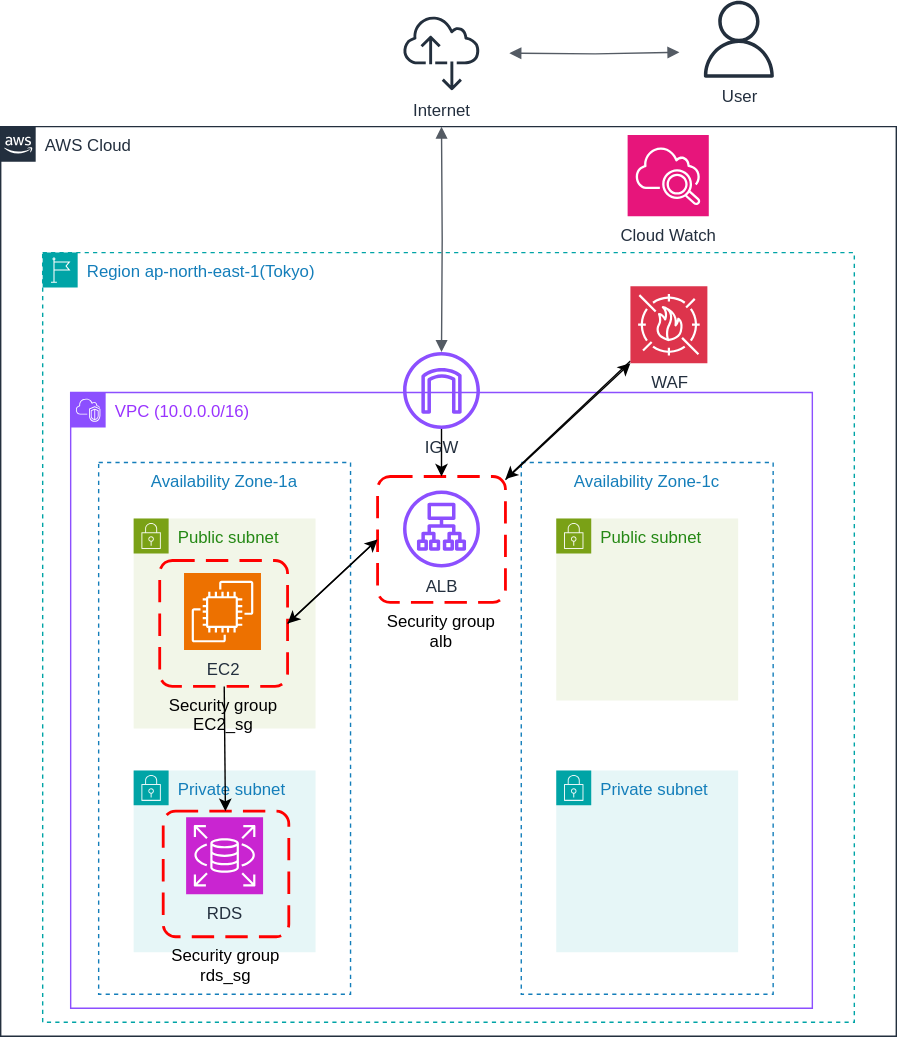
masato-N918/RaiseTech keeps this draw.io diagram as lecture33/構成図.svg. Above is the earlier version. Source tidied: cells renumbered, new cells last; positions are measured from the earlier drawing's top-left corner, leaving out a move shared by most shapes. The source it was exported from:
```xml
<mxGraphModel>
  <root>
    <mxCell id="0" />
    <mxCell id="1" parent="0" />
    <mxCell id="2" value="AWS Cloud" style="gradientColor=none;html=1;whiteSpace=wrap;fontSize=12;fontStyle=0;shape=mxgraph.aws4.group;grIcon=mxgraph.aws4.group_aws_cloud_alt;strokeColor=#232F3E;fillColor=none;verticalAlign=top;align=left;spacingLeft=30;fontColor=#232F3E;dashed=0;" parent="1" vertex="1">
      <mxGeometry y="90" width="640" height="650" as="geometry" />
    </mxCell>
    <mxCell id="3" value="Region ap-north-east-1(Tokyo)" style="gradientColor=none;html=1;whiteSpace=wrap;fontSize=12;fontStyle=0;shape=mxgraph.aws4.group;grIcon=mxgraph.aws4.group_region;strokeColor=#00A4A6;fillColor=none;verticalAlign=top;align=left;spacingLeft=30;fontColor=#147EBA;dashed=1;" parent="2" vertex="1">
      <mxGeometry x="30" y="90" width="580" height="550" as="geometry" />
    </mxCell>
    <mxCell id="4" value="&lt;font style=&quot;color: rgb(153, 51, 255);&quot;&gt;VPC (10.0.0.0/16)&lt;/font&gt;" style="gradientColor=none;html=1;whiteSpace=wrap;fontSize=12;fontStyle=0;shape=mxgraph.aws4.group;grIcon=mxgraph.aws4.group_vpc2;strokeColor=#8C4FFF;fillColor=none;verticalAlign=top;align=left;spacingLeft=30;fontColor=#AAB7B8;dashed=0;" parent="3" vertex="1">
      <mxGeometry x="20" y="100" width="530" height="440" as="geometry" />
    </mxCell>
    <mxCell id="5" value="Availability Zone-1a" style="fillColor=none;strokeColor=#147EBA;dashed=1;verticalAlign=top;fontStyle=0;fontColor=#147EBA;whiteSpace=wrap;html=1;" parent="4" vertex="1">
      <mxGeometry x="20" y="50" width="180" height="380" as="geometry" />
    </mxCell>
    <mxCell id="6" value="Availability Zone-1c" style="fillColor=none;strokeColor=#147EBA;dashed=1;verticalAlign=top;fontStyle=0;fontColor=#147EBA;whiteSpace=wrap;html=1;" parent="4" vertex="1">
      <mxGeometry x="322" y="50" width="180" height="380" as="geometry" />
    </mxCell>
    <mxCell id="7" value="Public subnet" style="gradientColor=none;html=1;whiteSpace=wrap;fontSize=12;fontStyle=0;shape=mxgraph.aws4.group;grIcon=mxgraph.aws4.group_security_group;grStroke=0;strokeColor=#7AA116;fillColor=#F2F6E8;verticalAlign=top;align=left;spacingLeft=30;fontColor=#248814;dashed=0;" parent="4" vertex="1">
      <mxGeometry x="45" y="90" width="130" height="150" as="geometry" />
    </mxCell>
    <mxCell id="8" value="EC2" style="sketch=0;fontColor=#232F3E;fillColor=#ED7100;strokeColor=#ffffff;dashed=0;verticalLabelPosition=bottom;verticalAlign=top;align=center;html=1;fontSize=12;fontStyle=0;shape=mxgraph.aws4.resourceIcon;resIcon=mxgraph.aws4.ec2;" parent="7" vertex="1">
      <mxGeometry x="36" y="39" width="55" height="55" as="geometry" />
    </mxCell>
    <mxCell id="9" value="Security group&#10;EC2_sg" style="rounded=1;arcSize=10;dashed=1;strokeColor=#ff0000;fillColor=none;gradientColor=none;dashPattern=8 4;strokeWidth=2;verticalAlign=top;labelPosition=center;verticalLabelPosition=bottom;align=center;" parent="7" vertex="1">
      <mxGeometry x="18.6" y="30" width="91.4" height="90" as="geometry" />
    </mxCell>
    <mxCell id="10" value="Private subnet" style="gradientColor=none;html=1;whiteSpace=wrap;fontSize=12;fontStyle=0;shape=mxgraph.aws4.group;grIcon=mxgraph.aws4.group_security_group;grStroke=0;strokeColor=#00A4A6;fillColor=#E6F6F7;verticalAlign=top;align=left;spacingLeft=30;fontColor=#147EBA;dashed=0;" parent="4" vertex="1">
      <mxGeometry x="45" y="270" width="130" height="130" as="geometry" />
    </mxCell>
    <mxCell id="11" value="RDS" style="sketch=0;fontColor=#232F3E;fillColor=#C925D1;strokeColor=#ffffff;dashed=0;verticalLabelPosition=bottom;verticalAlign=top;align=center;html=1;fontSize=12;fontStyle=0;shape=mxgraph.aws4.resourceIcon;resIcon=mxgraph.aws4.rds;" parent="10" vertex="1">
      <mxGeometry x="37.5" y="33.5" width="55" height="55" as="geometry" />
    </mxCell>
    <mxCell id="12" value="Security group&#10;rds_sg" style="rounded=1;arcSize=10;dashed=1;strokeColor=#ff0000;fillColor=none;gradientColor=none;dashPattern=8 4;strokeWidth=2;labelPosition=center;verticalLabelPosition=bottom;align=center;verticalAlign=top;" parent="10" vertex="1">
      <mxGeometry x="21.1" y="29.1" width="89.8" height="89.8" as="geometry" />
    </mxCell>
    <mxCell id="13" value="Public subnet" style="gradientColor=none;html=1;whiteSpace=wrap;fontSize=12;fontStyle=0;shape=mxgraph.aws4.group;grIcon=mxgraph.aws4.group_security_group;grStroke=0;strokeColor=#7AA116;fillColor=#F2F6E8;verticalAlign=top;align=left;spacingLeft=30;fontColor=#248814;dashed=0;" parent="4" vertex="1">
      <mxGeometry x="347" y="90" width="130" height="130" as="geometry" />
    </mxCell>
    <mxCell id="14" value="Private subnet" style="gradientColor=none;html=1;whiteSpace=wrap;fontSize=12;fontStyle=0;shape=mxgraph.aws4.group;grIcon=mxgraph.aws4.group_security_group;grStroke=0;strokeColor=#00A4A6;fillColor=#E6F6F7;verticalAlign=top;align=left;spacingLeft=30;fontColor=#147EBA;dashed=0;" parent="4" vertex="1">
      <mxGeometry x="347" y="270" width="130" height="130" as="geometry" />
    </mxCell>
    <mxCell id="15" style="edgeStyle=none;html=1;" parent="4" edge="1" source="9" target="12">
      <mxGeometry relative="1" as="geometry" />
    </mxCell>
    <mxCell id="16" value="ALB" style="sketch=0;fontColor=#232F3E;gradientColor=none;fillColor=#8C4FFF;strokeColor=none;dashed=0;verticalLabelPosition=bottom;verticalAlign=top;align=center;html=1;fontSize=12;fontStyle=0;shape=mxgraph.aws4.application_load_balancer;" parent="4" vertex="1">
      <mxGeometry x="237.5" y="70" width="55" height="55" as="geometry" />
    </mxCell>
    <mxCell id="17" style="edgeStyle=none;html=1;exitX=0;exitY=0.5;exitDx=0;exitDy=0;entryX=1;entryY=0.5;entryDx=0;entryDy=0;" parent="4" edge="1" source="18" target="9">
      <mxGeometry relative="1" as="geometry" />
    </mxCell>
    <mxCell id="18" value="Security group&#10;alb" style="rounded=1;arcSize=10;dashed=1;strokeColor=#ff0000;fillColor=none;gradientColor=none;dashPattern=8 4;strokeWidth=2;verticalAlign=top;labelPosition=center;verticalLabelPosition=bottom;align=center;" parent="4" vertex="1">
      <mxGeometry x="219.3" y="60" width="91.4" height="90" as="geometry" />
    </mxCell>
    <mxCell id="19" style="edgeStyle=none;html=1;exitX=1;exitY=0.5;exitDx=0;exitDy=0;entryX=0;entryY=0.5;entryDx=0;entryDy=0;" parent="4" edge="1" source="9" target="18">
      <mxGeometry relative="1" as="geometry" />
    </mxCell>
    <mxCell id="20" style="edgeStyle=none;html=1;" parent="3" edge="1" source="21" target="18">
      <mxGeometry relative="1" as="geometry" />
    </mxCell>
    <mxCell id="21" value="WAF" style="sketch=0;points=[[0,0,0],[0.25,0,0],[0.5,0,0],[0.75,0,0],[1,0,0],[0,1,0],[0.25,1,0],[0.5,1,0],[0.75,1,0],[1,1,0],[0,0.25,0],[0,0.5,0],[0,0.75,0],[1,0.25,0],[1,0.5,0],[1,0.75,0]];outlineConnect=0;fontColor=#232F3E;fillColor=#DD344C;strokeColor=#ffffff;dashed=0;verticalLabelPosition=bottom;verticalAlign=top;align=center;html=1;fontSize=12;fontStyle=0;shape=mxgraph.aws4.resourceIcon;resIcon=mxgraph.aws4.waf;" parent="3" vertex="1">
      <mxGeometry x="420" y="24" width="55" height="55" as="geometry" />
    </mxCell>
    <mxCell id="22" style="edgeStyle=none;html=1;" parent="3" edge="1" source="23" target="18">
      <mxGeometry relative="1" as="geometry" />
    </mxCell>
    <mxCell id="23" value="IGW" style="sketch=0;outlineConnect=0;fontColor=#232F3E;gradientColor=none;fillColor=#8C4FFF;strokeColor=none;dashed=0;verticalLabelPosition=bottom;verticalAlign=top;align=center;html=1;fontSize=12;fontStyle=0;shape=mxgraph.aws4.internet_gateway;" parent="3" vertex="1">
      <mxGeometry x="257.5" y="71" width="55" height="55" as="geometry" />
    </mxCell>
    <mxCell id="24" style="edgeStyle=none;html=1;entryX=0;entryY=1;entryDx=0;entryDy=0;entryPerimeter=0;" parent="3" edge="1" source="18" target="21">
      <mxGeometry relative="1" as="geometry" />
    </mxCell>
    <mxCell id="25" style="edgeStyle=orthogonalEdgeStyle;html=1;endArrow=block;elbow=vertical;startArrow=block;startFill=1;endFill=1;strokeColor=#545B64;rounded=0;" parent="2" edge="1" target="23">
      <mxGeometry relative="1" as="geometry">
        <mxPoint x="315" as="sourcePoint" />
      </mxGeometry>
    </mxCell>
    <mxCell id="26" value="Cloud Watch" style="sketch=0;fontColor=#232F3E;fillColor=#E7157B;strokeColor=#ffffff;dashed=0;verticalLabelPosition=bottom;verticalAlign=top;align=center;html=1;fontSize=12;fontStyle=0;shape=mxgraph.aws4.resourceIcon;resIcon=mxgraph.aws4.cloudwatch_2;" parent="2" vertex="1">
      <mxGeometry x="448" y="6" width="58" height="58" as="geometry" />
    </mxCell>
    <mxCell id="27" value="Internet" style="sketch=0;fontColor=#232F3E;gradientColor=none;fillColor=#232F3D;strokeColor=none;dashed=0;verticalLabelPosition=bottom;verticalAlign=top;align=center;html=1;fontSize=12;fontStyle=0;shape=mxgraph.aws4.internet_alt2;" parent="1" vertex="1">
      <mxGeometry x="287.5" y="10" width="55" height="55" as="geometry" />
    </mxCell>
    <mxCell id="28" value="User" style="sketch=0;fontColor=#232F3E;gradientColor=none;fillColor=#232F3D;strokeColor=none;dashed=0;verticalLabelPosition=bottom;verticalAlign=top;align=center;html=1;fontSize=12;fontStyle=0;shape=mxgraph.aws4.user;" parent="1" vertex="1">
      <mxGeometry x="500" width="55" height="55" as="geometry" />
    </mxCell>
    <mxCell id="29" style="edgeStyle=orthogonalEdgeStyle;html=1;endArrow=block;elbow=vertical;startArrow=block;startFill=1;endFill=1;strokeColor=#545B64;rounded=0;" parent="1" edge="1">
      <mxGeometry relative="1" as="geometry">
        <mxPoint x="363.5" y="37.5" as="sourcePoint" />
        <mxPoint x="485" y="36.9" as="targetPoint" />
      </mxGeometry>
    </mxCell>
  </root>
</mxGraphModel>
```
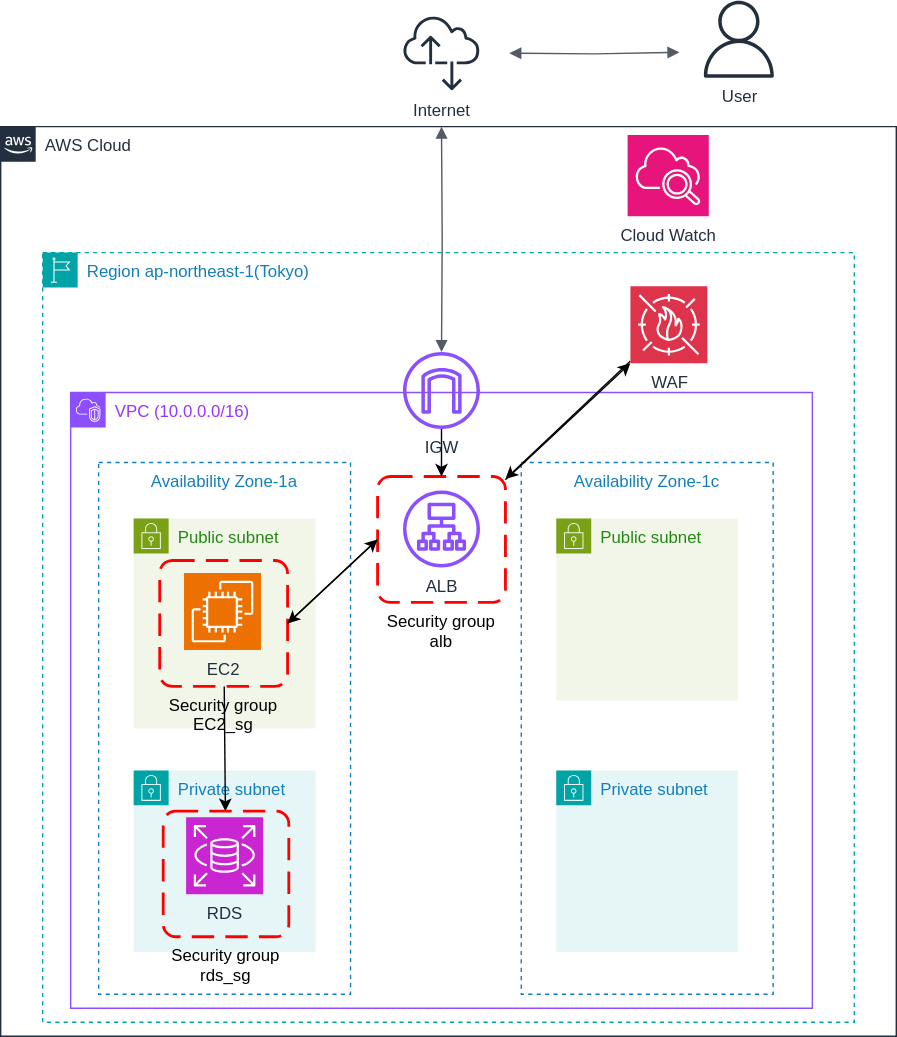
After the change.

Diff of the diagram source:
```diff
@@ -5,7 +5,7 @@
     <mxCell id="2" value="AWS Cloud" style="gradientColor=none;html=1;whiteSpace=wrap;fontSize=12;fontStyle=0;shape=mxgraph.aws4.group;grIcon=mxgraph.aws4.group_aws_cloud_alt;strokeColor=#232F3E;fillColor=none;verticalAlign=top;align=left;spacingLeft=30;fontColor=#232F3E;dashed=0;" parent="1" vertex="1">
       <mxGeometry y="90" width="640" height="650" as="geometry" />
     </mxCell>
-    <mxCell id="3" value="Region ap-north-east-1(Tokyo)" style="gradientColor=none;html=1;whiteSpace=wrap;fontSize=12;fontStyle=0;shape=mxgraph.aws4.group;grIcon=mxgraph.aws4.group_region;strokeColor=#00A4A6;fillColor=none;verticalAlign=top;align=left;spacingLeft=30;fontColor=#147EBA;dashed=1;" parent="2" vertex="1">
+    <mxCell id="3" value="Region ap-northeast-1(Tokyo)" style="gradientColor=none;html=1;whiteSpace=wrap;fontSize=12;fontStyle=0;shape=mxgraph.aws4.group;grIcon=mxgraph.aws4.group_region;strokeColor=#00A4A6;fillColor=none;verticalAlign=top;align=left;spacingLeft=30;fontColor=#147EBA;dashed=1;" parent="2" vertex="1">
       <mxGeometry x="30" y="90" width="580" height="550" as="geometry" />
     </mxCell>
     <mxCell id="4" value="&lt;font style=&quot;color: rgb(153, 51, 255);&quot;&gt;VPC (10.0.0.0/16)&lt;/font&gt;" style="gradientColor=none;html=1;whiteSpace=wrap;fontSize=12;fontStyle=0;shape=mxgraph.aws4.group;grIcon=mxgraph.aws4.group_vpc2;strokeColor=#8C4FFF;fillColor=none;verticalAlign=top;align=left;spacingLeft=30;fontColor=#AAB7B8;dashed=0;" parent="3" vertex="1">
```
